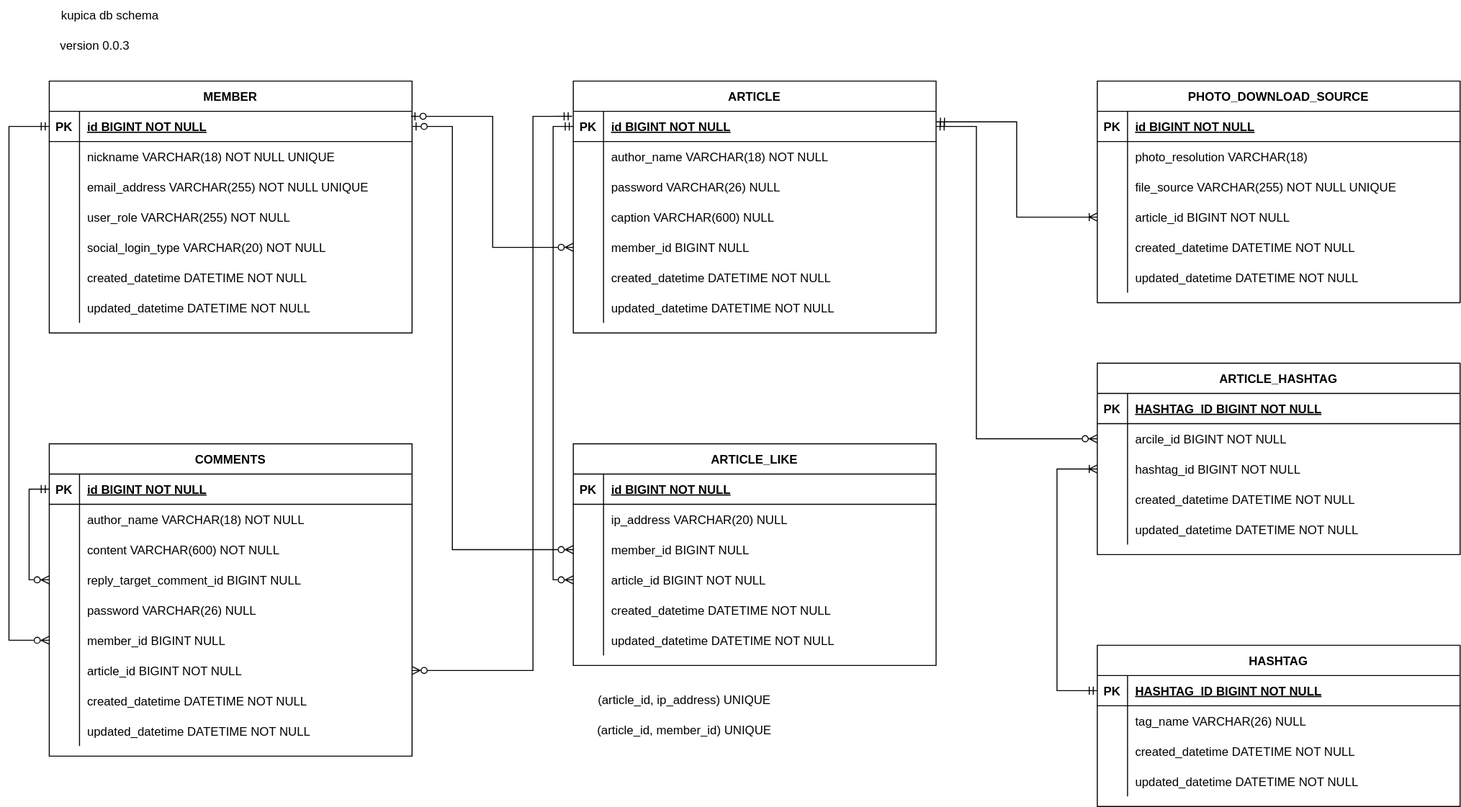
Above: docs/kupica-db-schema.svg in Unagi-zoso/kupica (draw.io), before the change. Source tidied: cells renumbered, new cells last; positions are measured from the earlier drawing's top-left corner, leaving out a move shared by most shapes.
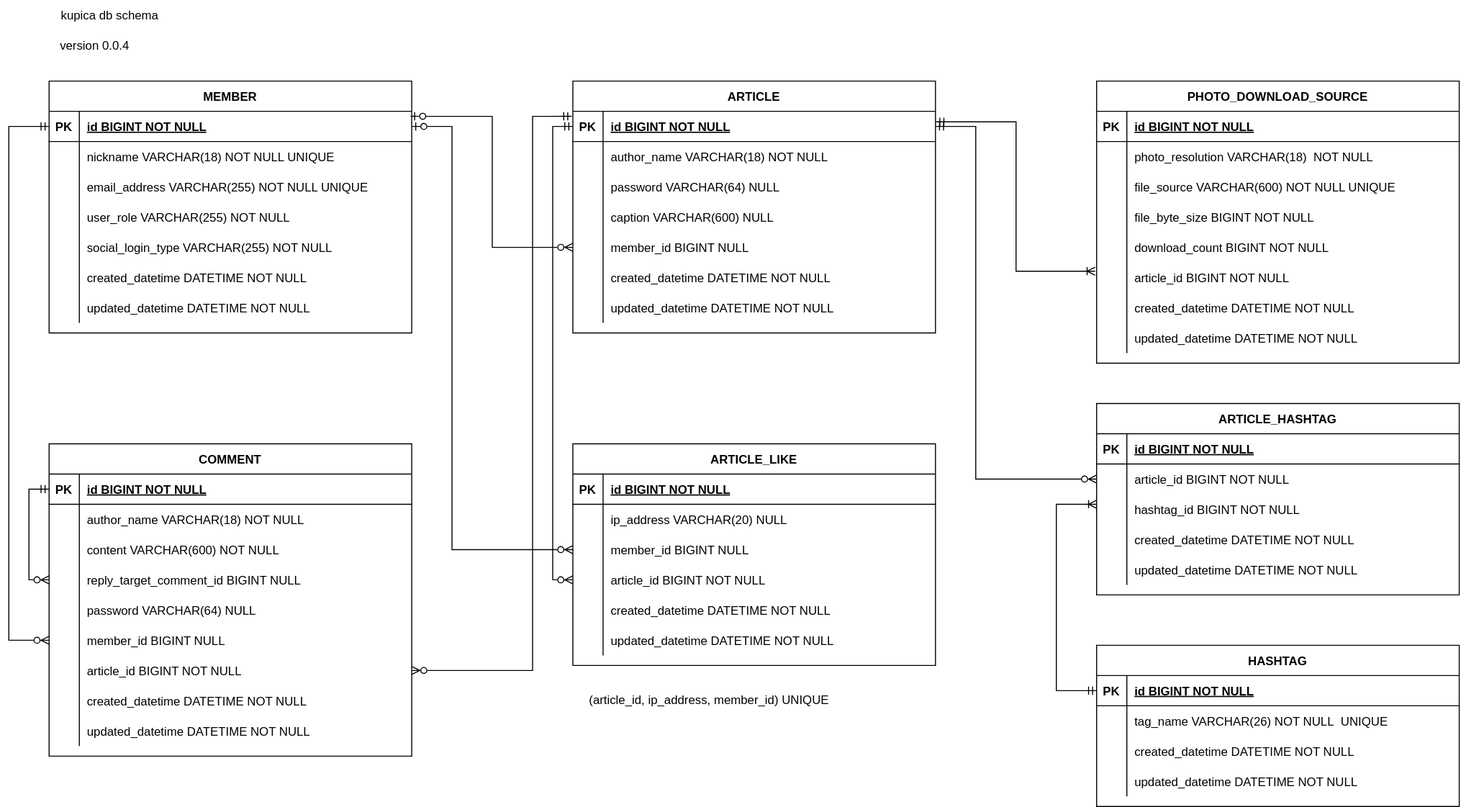
After the change.

Commit message:
#25 DB 스키마 수정

The edit, as a diff of the source:
```diff
@@ -29,7 +29,7 @@
     <mxCell id="10" style="shape=partialRectangle;overflow=hidden;fillColor=none;top=0;left=0;bottom=0;right=0;" parent="9" vertex="1">
       <mxGeometry width="30" height="30" as="geometry" />
     </mxCell>
-    <mxCell id="11" value="password VARCHAR(26) NULL" style="shape=partialRectangle;overflow=hidden;fillColor=none;top=0;left=0;bottom=0;right=0;align=left;spacingLeft=6;" parent="9" vertex="1">
+    <mxCell id="11" value="password VARCHAR(64) NULL" style="shape=partialRectangle;overflow=hidden;fillColor=none;top=0;left=0;bottom=0;right=0;align=left;spacingLeft=6;" parent="9" vertex="1">
       <mxGeometry x="30" width="330" height="30" as="geometry" />
     </mxCell>
     <mxCell id="12" style="shape=partialRectangle;fillColor=none;top=0;left=0;right=0;bottom=0;" parent="2" vertex="1">
@@ -113,7 +113,7 @@
     <mxCell id="38" style="shape=partialRectangle;overflow=hidden;fillColor=none;top=0;left=0;bottom=0;right=0;" parent="37" vertex="1">
       <mxGeometry width="30" height="30" as="geometry" />
     </mxCell>
-    <mxCell id="39" value="social_login_type VARCHAR(20) NOT NULL" style="shape=partialRectangle;overflow=hidden;fillColor=none;top=0;left=0;bottom=0;right=0;align=left;spacingLeft=6;" parent="37" vertex="1">
+    <mxCell id="39" value="social_login_type VARCHAR(255) NOT NULL" style="shape=partialRectangle;overflow=hidden;fillColor=none;top=0;left=0;bottom=0;right=0;align=left;spacingLeft=6;" parent="37" vertex="1">
       <mxGeometry x="30" width="330" height="30" as="geometry" />
     </mxCell>
     <mxCell id="40" style="shape=partialRectangle;fillColor=none;top=0;left=0;right=0;bottom=0;" parent="24" vertex="1">
@@ -135,7 +135,7 @@
       <mxGeometry x="30" width="330" height="30" as="geometry" />
     </mxCell>
     <mxCell id="46" value="PHOTO_DOWNLOAD_SOURCE" style="shape=table;startSize=30;rowLines=0;fontStyle=1;align=center;" parent="1" vertex="1">
-      <mxGeometry x="1080" y="80" width="360" height="220" as="geometry" />
+      <mxGeometry x="1080" y="80" width="360" height="280" as="geometry" />
     </mxCell>
     <mxCell id="47" style="shape=partialRectangle;fillColor=none;top=0;left=0;right=0;bottom=1;" parent="46" vertex="1">
       <mxGeometry y="30" width="360" height="30" as="geometry" />
@@ -152,7 +152,7 @@
     <mxCell id="51" style="shape=partialRectangle;overflow=hidden;fillColor=none;top=0;left=0;bottom=0;right=0;" parent="50" vertex="1">
       <mxGeometry width="30" height="30" as="geometry" />
     </mxCell>
-    <mxCell id="52" value="photo_resolution VARCHAR(18) " style="shape=partialRectangle;overflow=hidden;fillColor=none;top=0;left=0;bottom=0;right=0;align=left;spacingLeft=6;" parent="50" vertex="1">
+    <mxCell id="52" value="photo_resolution VARCHAR(18)  NOT NULL" style="shape=partialRectangle;overflow=hidden;fillColor=none;top=0;left=0;bottom=0;right=0;align=left;spacingLeft=6;" parent="50" vertex="1">
       <mxGeometry x="30" width="330" height="30" as="geometry" />
     </mxCell>
     <mxCell id="53" style="shape=partialRectangle;fillColor=none;top=0;left=0;right=0;bottom=0;" parent="46" vertex="1">
@@ -161,7 +161,7 @@
     <mxCell id="54" style="shape=partialRectangle;overflow=hidden;fillColor=none;top=0;left=0;bottom=0;right=0;" parent="53" vertex="1">
       <mxGeometry width="30" height="30" as="geometry" />
     </mxCell>
-    <mxCell id="55" value="file_source VARCHAR(255) NOT NULL UNIQUE" style="shape=partialRectangle;overflow=hidden;fillColor=none;top=0;left=0;bottom=0;right=0;align=left;spacingLeft=6;" parent="53" vertex="1">
+    <mxCell id="55" value="file_source VARCHAR(600) NOT NULL UNIQUE" style="shape=partialRectangle;overflow=hidden;fillColor=none;top=0;left=0;bottom=0;right=0;align=left;spacingLeft=6;" parent="53" vertex="1">
       <mxGeometry x="30" width="330" height="30" as="geometry" />
     </mxCell>
     <mxCell id="56" style="shape=partialRectangle;fillColor=none;points=[[0,0.5],[1,0.5]];portConstraint=eastwest;top=0;left=0;right=0;bottom=0;" parent="46" vertex="1">
@@ -170,7 +170,7 @@
     <mxCell id="57" style="shape=partialRectangle;overflow=hidden;fillColor=none;top=0;left=0;bottom=0;right=0;" parent="56" vertex="1">
       <mxGeometry width="30" height="30" as="geometry" />
     </mxCell>
-    <mxCell id="58" value="article_id BIGINT NOT NULL" style="shape=partialRectangle;overflow=hidden;fillColor=none;top=0;left=0;bottom=0;right=0;align=left;spacingLeft=6;" parent="56" vertex="1">
+    <mxCell id="58" value="file_byte_size BIGINT NOT NULL" style="shape=partialRectangle;overflow=hidden;fillColor=none;top=0;left=0;bottom=0;right=0;align=left;spacingLeft=6;" parent="56" vertex="1">
       <mxGeometry x="30" width="330" height="30" as="geometry" />
     </mxCell>
     <mxCell id="59" style="shape=partialRectangle;fillColor=none;top=0;left=0;right=0;bottom=0;" parent="46" vertex="1">
@@ -179,25 +179,43 @@
     <mxCell id="60" style="shape=partialRectangle;overflow=hidden;fillColor=none;top=0;left=0;bottom=0;right=0;" parent="59" vertex="1">
       <mxGeometry width="30" height="30" as="geometry" />
     </mxCell>
-    <mxCell id="61" value="created_datetime DATETIME NOT NULL" style="shape=partialRectangle;overflow=hidden;fillColor=none;top=0;left=0;bottom=0;right=0;align=left;spacingLeft=6;" parent="59" vertex="1">
+    <mxCell id="61" value="download_count BIGINT NOT NULL" style="shape=partialRectangle;overflow=hidden;fillColor=none;top=0;left=0;bottom=0;right=0;align=left;spacingLeft=6;" parent="59" vertex="1">
       <mxGeometry x="30" width="330" height="30" as="geometry" />
     </mxCell>
     <mxCell id="62" style="shape=partialRectangle;fillColor=none;points=[[0,0.5],[1,0.5]];portConstraint=eastwest;top=0;left=0;right=0;bottom=0;" parent="46" vertex="1">
       <mxGeometry y="180" width="360" height="30" as="geometry" />
     </mxCell>
-    <mxCell id="63" style="shape=partialRectangle;overflow=hidden;fillColor=none;top=0;left=0;bottom=0;right=0;" parent="62" vertex="1">
-      <mxGeometry width="30" height="30" as="geometry" />
-    </mxCell>
+    <mxCell id="154" style="shape=partialRectangle;overflow=hidden;fillColor=none;top=0;left=0;bottom=0;right=0;" parent="62" vertex="1">
+      <mxGeometry width="30" height="30" as="geometry" />
+    </mxCell>
+    <mxCell id="155" value="article_id BIGINT NOT NULL" style="shape=partialRectangle;overflow=hidden;fillColor=none;top=0;left=0;bottom=0;right=0;align=left;spacingLeft=6;" parent="62" vertex="1">
+      <mxGeometry x="30" width="330" height="30" as="geometry" />
+    </mxCell>
+    <mxCell id="156" style="shape=partialRectangle;fillColor=none;top=0;left=0;right=0;bottom=0;" parent="46" vertex="1">
+      <mxGeometry y="210" width="360" height="30" as="geometry" />
+    </mxCell>
+    <mxCell id="157" style="shape=partialRectangle;overflow=hidden;fillColor=none;top=0;left=0;bottom=0;right=0;" parent="156" vertex="1">
+      <mxGeometry width="30" height="30" as="geometry" />
+    </mxCell>
+    <mxCell id="158" value="created_datetime DATETIME NOT NULL" style="shape=partialRectangle;overflow=hidden;fillColor=none;top=0;left=0;bottom=0;right=0;align=left;spacingLeft=6;" parent="156" vertex="1">
+      <mxGeometry x="30" width="330" height="30" as="geometry" />
+    </mxCell>
+    <mxCell id="159" style="shape=partialRectangle;fillColor=none;top=0;left=0;right=0;bottom=0;" parent="46" vertex="1">
+      <mxGeometry y="240" width="360" height="30" as="geometry" />
+    </mxCell>
+    <mxCell id="160" style="shape=partialRectangle;overflow=hidden;fillColor=none;top=0;left=0;bottom=0;right=0;" parent="159" vertex="1">
+      <mxGeometry width="30" height="30" as="geometry" />
+    </mxCell>
-    <mxCell id="64" value="updated_datetime DATETIME NOT NULL" style="shape=partialRectangle;overflow=hidden;fillColor=none;top=0;left=0;bottom=0;right=0;align=left;spacingLeft=6;" parent="62" vertex="1">
+    <mxCell id="64" value="updated_datetime DATETIME NOT NULL" style="shape=partialRectangle;overflow=hidden;fillColor=none;top=0;left=0;bottom=0;right=0;align=left;spacingLeft=6;" parent="159" vertex="1">
       <mxGeometry x="30" width="330" height="30" as="geometry" />
     </mxCell>
     <mxCell id="65" style="edgeStyle=orthogonalEdgeStyle;rounded=0;jettySize=auto;html=1;entryX=0;entryY=0.5;entryDx=0;entryDy=0;endArrow=ERzeroToMany;endFill=0;startArrow=ERzeroToOne;startFill=0;exitX=0.997;exitY=0.165;exitDx=0;exitDy=0;exitPerimeter=0;" parent="1" edge="1" source="25" target="15">
       <mxGeometry relative="1" as="geometry" />
     </mxCell>
-    <mxCell id="66" style="edgeStyle=orthogonalEdgeStyle;rounded=0;jettySize=auto;html=1;entryX=1.001;entryY=0.347;entryDx=0;entryDy=0;entryPerimeter=0;endArrow=ERmandOne;endFill=0;startArrow=ERoneToMany;startFill=0;exitX=0;exitY=0.5;exitDx=0;exitDy=0;" parent="1" edge="1" source="56" target="3">
+    <mxCell id="66" style="edgeStyle=orthogonalEdgeStyle;rounded=0;jettySize=auto;html=1;entryX=1.001;entryY=0.347;entryDx=0;entryDy=0;entryPerimeter=0;endArrow=ERmandOne;endFill=0;startArrow=ERoneToMany;startFill=0;exitX=-0.004;exitY=0.289;exitDx=0;exitDy=0;exitPerimeter=0;" parent="1" edge="1" source="62" target="3">
       <mxGeometry relative="1" as="geometry" />
     </mxCell>
-    <mxCell id="67" value="COMMENTS" style="shape=table;startSize=30;rowLines=0;fontStyle=1;align=center;" parent="1" vertex="1">
+    <mxCell id="67" value="COMMENT" style="shape=table;startSize=30;rowLines=0;fontStyle=1;align=center;" parent="1" vertex="1">
       <mxGeometry x="40" y="440" width="360" height="310" as="geometry" />
     </mxCell>
     <mxCell id="68" style="shape=partialRectangle;fillColor=none;points=[[0,0.5],[1,0.5]];portConstraint=eastwest;top=0;left=0;right=0;bottom=1;" parent="67" vertex="1">
@@ -242,7 +260,7 @@
     <mxCell id="81" style="shape=partialRectangle;overflow=hidden;fillColor=none;top=0;left=0;bottom=0;right=0;" parent="80" vertex="1">
       <mxGeometry width="30" height="30" as="geometry" />
     </mxCell>
-    <mxCell id="82" value="password VARCHAR(26) NULL" style="shape=partialRectangle;overflow=hidden;fillColor=none;top=0;left=0;bottom=0;right=0;align=left;spacingLeft=6;" parent="80" vertex="1">
+    <mxCell id="82" value="password VARCHAR(64) NULL" style="shape=partialRectangle;overflow=hidden;fillColor=none;top=0;left=0;bottom=0;right=0;align=left;spacingLeft=6;" parent="80" vertex="1">
       <mxGeometry x="30" width="330" height="30" as="geometry" />
     </mxCell>
     <mxCell id="83" style="shape=partialRectangle;fillColor=none;points=[[0,0.5],[1,0.5]];portConstraint=eastwest;top=0;left=0;right=0;bottom=0;" parent="67" vertex="1">
@@ -357,8 +375,8 @@
     <mxCell id="116" value="updated_datetime DATETIME NOT NULL" style="shape=partialRectangle;overflow=hidden;fillColor=none;top=0;left=0;bottom=0;right=0;align=left;spacingLeft=6;" parent="114" vertex="1">
       <mxGeometry x="30" width="330" height="30" as="geometry" />
     </mxCell>
-    <mxCell id="117" value="(article_id,&amp;nbsp;&lt;span style=&quot;background-color: initial;&quot;&gt;ip_address) UNIQUE&lt;/span&gt;" style="text;html=1;align=center;verticalAlign=middle;strokeColor=none;fillColor=none;" parent="1" vertex="1">
-      <mxGeometry x="575" y="680" width="190" height="30" as="geometry" />
+    <mxCell id="117" value="(article_id,&amp;nbsp;&lt;span style=&quot;background-color: initial;&quot;&gt;ip_address,&amp;nbsp;&lt;/span&gt;member_id&lt;span style=&quot;background-color: initial;&quot;&gt;) UNIQUE&lt;/span&gt;" style="text;html=1;align=center;verticalAlign=middle;strokeColor=none;fillColor=none;" parent="1" vertex="1">
+      <mxGeometry x="565" y="680" width="260" height="30" as="geometry" />
     </mxCell>
     <mxCell id="118" value="HASHTAG" style="shape=table;startSize=30;rowLines=0;fontStyle=1;align=center;" parent="1" vertex="1">
       <mxGeometry x="1080" y="640" width="360" height="160" as="geometry" />
@@ -369,7 +387,7 @@
     <mxCell id="120" value="PK" style="shape=partialRectangle;overflow=hidden;fillColor=none;top=0;left=0;bottom=0;right=0;fontStyle=1;" parent="119" vertex="1">
       <mxGeometry width="30" height="30" as="geometry" />
     </mxCell>
-    <mxCell id="121" value="HASHTAG_ID BIGINT NOT NULL " style="shape=partialRectangle;overflow=hidden;fillColor=none;top=0;left=0;bottom=0;right=0;align=left;spacingLeft=6;fontStyle=5;" parent="119" vertex="1">
+    <mxCell id="121" value="id BIGINT NOT NULL " style="shape=partialRectangle;overflow=hidden;fillColor=none;top=0;left=0;bottom=0;right=0;align=left;spacingLeft=6;fontStyle=5;" parent="119" vertex="1">
       <mxGeometry x="30" width="330" height="30" as="geometry" />
     </mxCell>
     <mxCell id="122" style="shape=partialRectangle;fillColor=none;top=0;left=0;right=0;bottom=0;" parent="118" vertex="1">
@@ -378,7 +396,7 @@
     <mxCell id="123" style="shape=partialRectangle;overflow=hidden;fillColor=none;top=0;left=0;bottom=0;right=0;" parent="122" vertex="1">
       <mxGeometry width="30" height="30" as="geometry" />
     </mxCell>
-    <mxCell id="124" value="tag_name VARCHAR(26) NULL " style="shape=partialRectangle;overflow=hidden;fillColor=none;top=0;left=0;bottom=0;right=0;align=left;spacingLeft=6;" parent="122" vertex="1">
+    <mxCell id="124" value="tag_name VARCHAR(26) NOT NULL  UNIQUE" style="shape=partialRectangle;overflow=hidden;fillColor=none;top=0;left=0;bottom=0;right=0;align=left;spacingLeft=6;" parent="122" vertex="1">
       <mxGeometry x="30" width="330" height="30" as="geometry" />
     </mxCell>
     <mxCell id="125" style="shape=partialRectangle;fillColor=none;top=0;left=0;right=0;bottom=0;" parent="118" vertex="1">
@@ -414,18 +432,15 @@
       <mxGeometry relative="1" as="geometry">
         <Array as="points">
           <mxPoint x="1040" y="685" />
-          <mxPoint x="1040" y="465" />
+          <mxPoint x="1040" y="500" />
         </Array>
       </mxGeometry>
     </mxCell>
     <mxCell id="134" value="kupica db schema" style="text;html=1;align=center;verticalAlign=middle;strokeColor=none;fillColor=none;" parent="1" vertex="1">
       <mxGeometry x="40" width="120" height="30" as="geometry" />
     </mxCell>
-    <mxCell id="135" value="&lt;span style=&quot;background-color: initial;&quot;&gt;(article_id, member_id) UNIQUE&lt;/span&gt;" style="text;html=1;align=center;verticalAlign=middle;strokeColor=none;fillColor=none;" parent="1" vertex="1">
-      <mxGeometry x="570" y="710" width="200" height="30" as="geometry" />
-    </mxCell>
     <mxCell id="136" value="ARTICLE_HASHTAG" style="shape=table;startSize=30;rowLines=0;fontStyle=1;align=center;" parent="1" vertex="1">
-      <mxGeometry x="1080" y="360" width="360" height="190" as="geometry" />
+      <mxGeometry x="1080" y="400" width="360" height="190" as="geometry" />
     </mxCell>
     <mxCell id="137" style="shape=partialRectangle;fillColor=none;top=0;left=0;right=0;bottom=1;" parent="136" vertex="1">
       <mxGeometry y="30" width="360" height="30" as="geometry" />
@@ -433,7 +448,7 @@
     <mxCell id="138" value="PK" style="shape=partialRectangle;overflow=hidden;fillColor=none;top=0;left=0;bottom=0;right=0;fontStyle=1;" parent="137" vertex="1">
       <mxGeometry width="30" height="30" as="geometry" />
     </mxCell>
-    <mxCell id="139" value="HASHTAG_ID BIGINT NOT NULL " style="shape=partialRectangle;overflow=hidden;fillColor=none;top=0;left=0;bottom=0;right=0;align=left;spacingLeft=6;fontStyle=5;" parent="137" vertex="1">
+    <mxCell id="139" value="id BIGINT NOT NULL " style="shape=partialRectangle;overflow=hidden;fillColor=none;top=0;left=0;bottom=0;right=0;align=left;spacingLeft=6;fontStyle=5;" parent="137" vertex="1">
       <mxGeometry x="30" width="330" height="30" as="geometry" />
     </mxCell>
     <mxCell id="140" style="shape=partialRectangle;fillColor=none;points=[[0,0.5],[1,0.5]];portConstraint=eastwest;top=0;left=0;right=0;bottom=0;" parent="136" vertex="1">
@@ -442,7 +457,7 @@
     <mxCell id="141" style="shape=partialRectangle;overflow=hidden;fillColor=none;top=0;left=0;bottom=0;right=0;" parent="140" vertex="1">
       <mxGeometry width="30" height="30" as="geometry" />
     </mxCell>
-    <mxCell id="142" value="arcile_id BIGINT NOT NULL " style="shape=partialRectangle;overflow=hidden;fillColor=none;top=0;left=0;bottom=0;right=0;align=left;spacingLeft=6;" parent="140" vertex="1">
+    <mxCell id="142" value="article_id BIGINT NOT NULL " style="shape=partialRectangle;overflow=hidden;fillColor=none;top=0;left=0;bottom=0;right=0;align=left;spacingLeft=6;" parent="140" vertex="1">
       <mxGeometry x="30" width="330" height="30" as="geometry" />
     </mxCell>
     <mxCell id="143" style="shape=partialRectangle;fillColor=none;points=[[0,0.5],[1,0.5]];portConstraint=eastwest;top=0;left=0;right=0;bottom=0;" parent="136" vertex="1">
@@ -472,15 +487,15 @@
     <mxCell id="151" value="updated_datetime DATETIME NOT NULL" style="shape=partialRectangle;overflow=hidden;fillColor=none;top=0;left=0;bottom=0;right=0;align=left;spacingLeft=6;" parent="149" vertex="1">
       <mxGeometry x="30" width="330" height="30" as="geometry" />
     </mxCell>
-    <mxCell id="152" style="edgeStyle=orthogonalEdgeStyle;rounded=0;jettySize=auto;html=1;entryX=1;entryY=0.5;entryDx=0;entryDy=0;endArrow=ERmandOne;endFill=0;startArrow=ERzeroToMany;startFill=0;" parent="1" edge="1" source="140" target="3">
+    <mxCell id="152" style="edgeStyle=orthogonalEdgeStyle;rounded=0;jettySize=auto;html=1;entryX=1;entryY=0.5;entryDx=0;entryDy=0;endArrow=ERmandOne;endFill=0;startArrow=ERzeroToMany;startFill=0;exitX=0;exitY=0.5;exitDx=0;exitDy=0;" parent="1" edge="1" source="140" target="3">
       <mxGeometry relative="1" as="geometry">
         <Array as="points">
-          <mxPoint x="960" y="435" />
+          <mxPoint x="960" y="475" />
           <mxPoint x="960" y="125" />
         </Array>
       </mxGeometry>
     </mxCell>
-    <mxCell id="153" value="version 0.0.3" style="text;html=1;align=center;verticalAlign=middle;strokeColor=none;fillColor=none;" parent="1" vertex="1">
+    <mxCell id="153" value="version 0.0.4" style="text;html=1;align=center;verticalAlign=middle;strokeColor=none;fillColor=none;" parent="1" vertex="1">
       <mxGeometry x="40" y="30" width="90" height="30" as="geometry" />
     </mxCell>
   </root>
```
